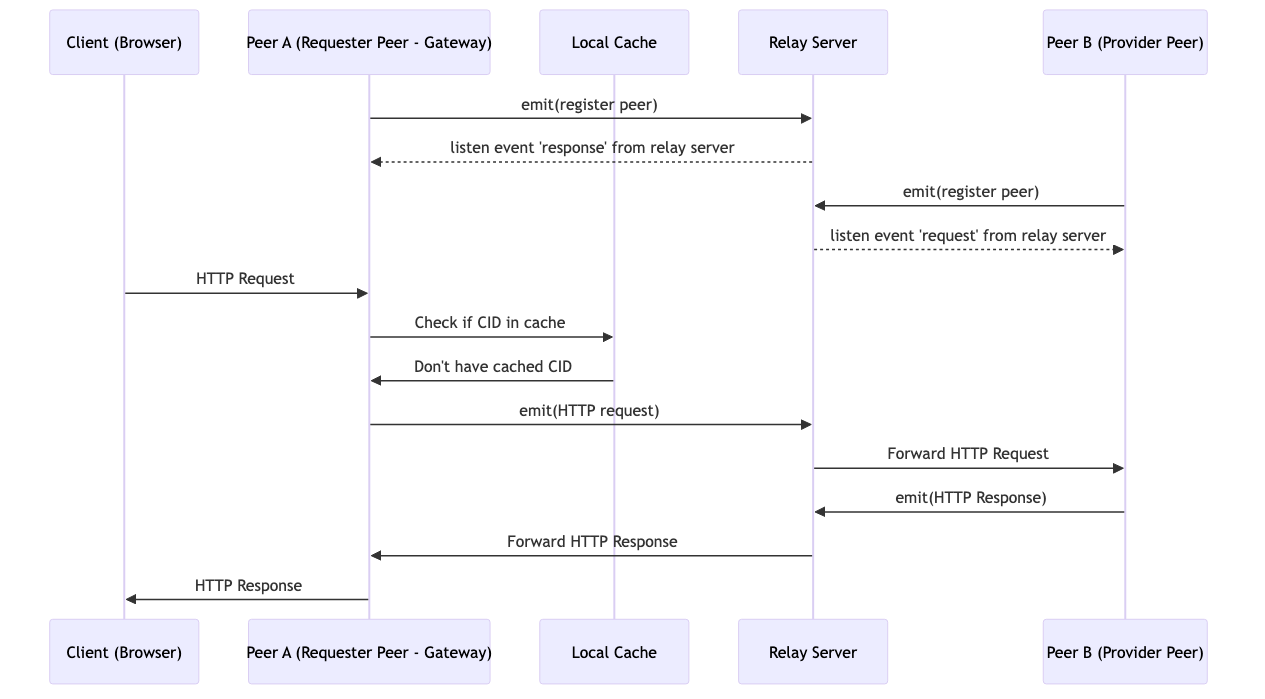
The Mermaid diagram services/relay-service/docs/1-there-is-provider-peer.mmd.png in hoptacxa/System-Design-of-Online-Video-Sharing-Platform, before a commit. Its source is kept beside it as services/relay-service/docs/1-there-is-provider-peer.mmd.
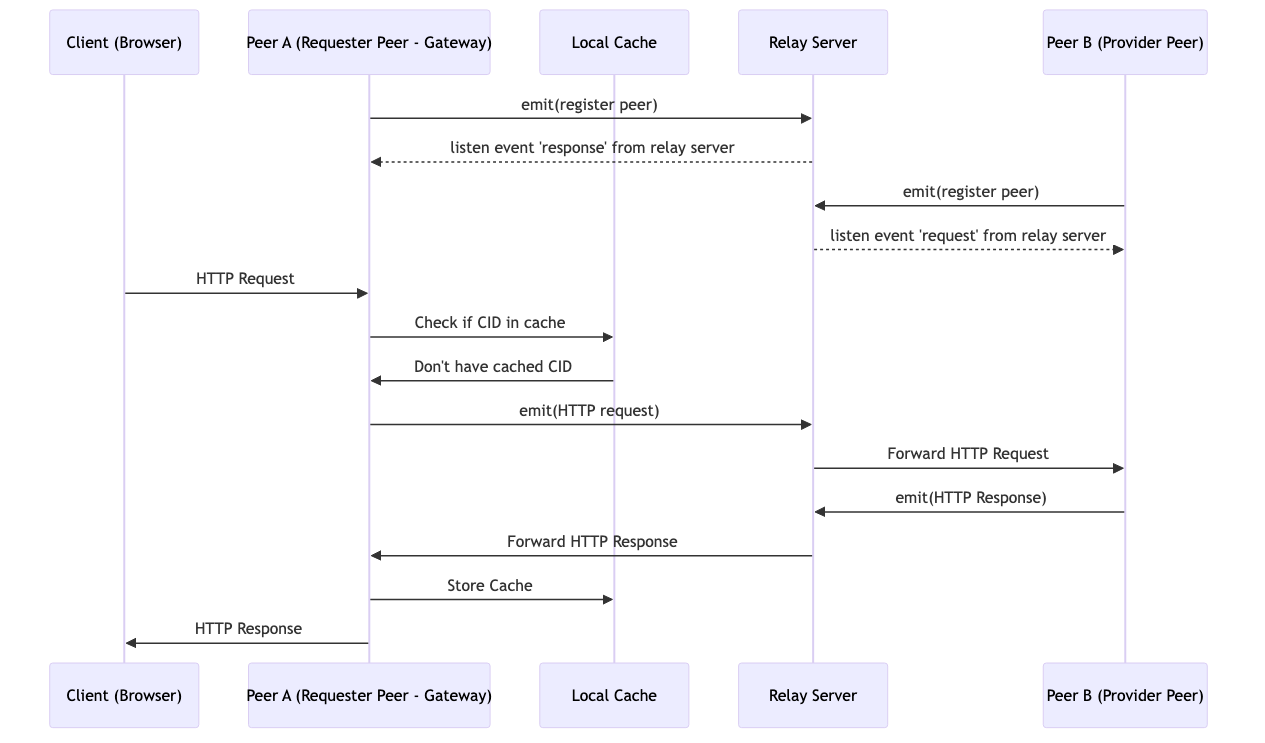
After the commit.

Commit message:
Add caching step to provider-peer sequence diagram

What changed in the source:
```diff
@@ -21,4 +21,5 @@
 
     B->>TURN: emit(HTTP Response)
     TURN->>A: Forward HTTP Response
+    A->>Cache: Store Cache
     A->>Client: HTTP Response
```
